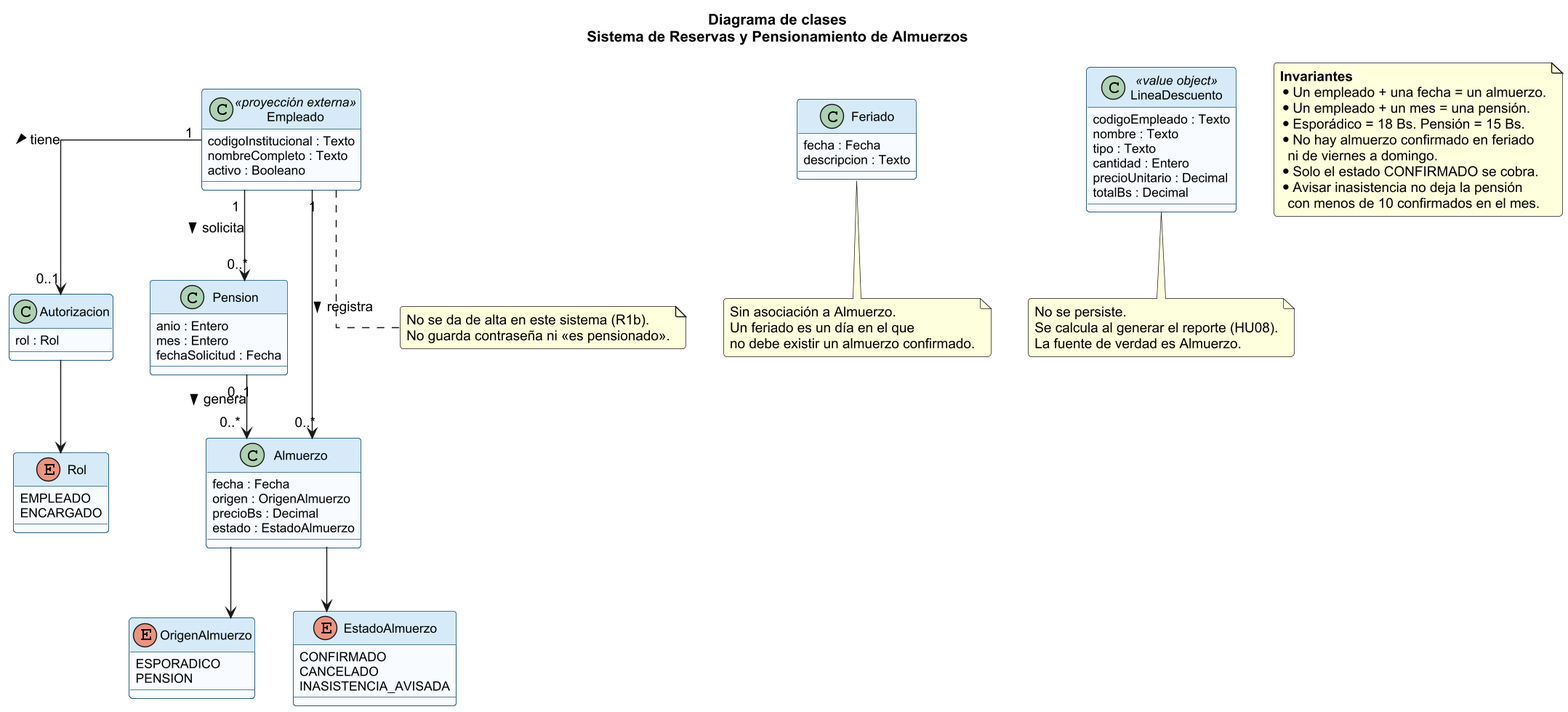
Earlier version of the PlantUML export entregables/diagrams/clases.png (GalletitaDeAnis/UAB-PROYECTO-ING-SOFTWARE).
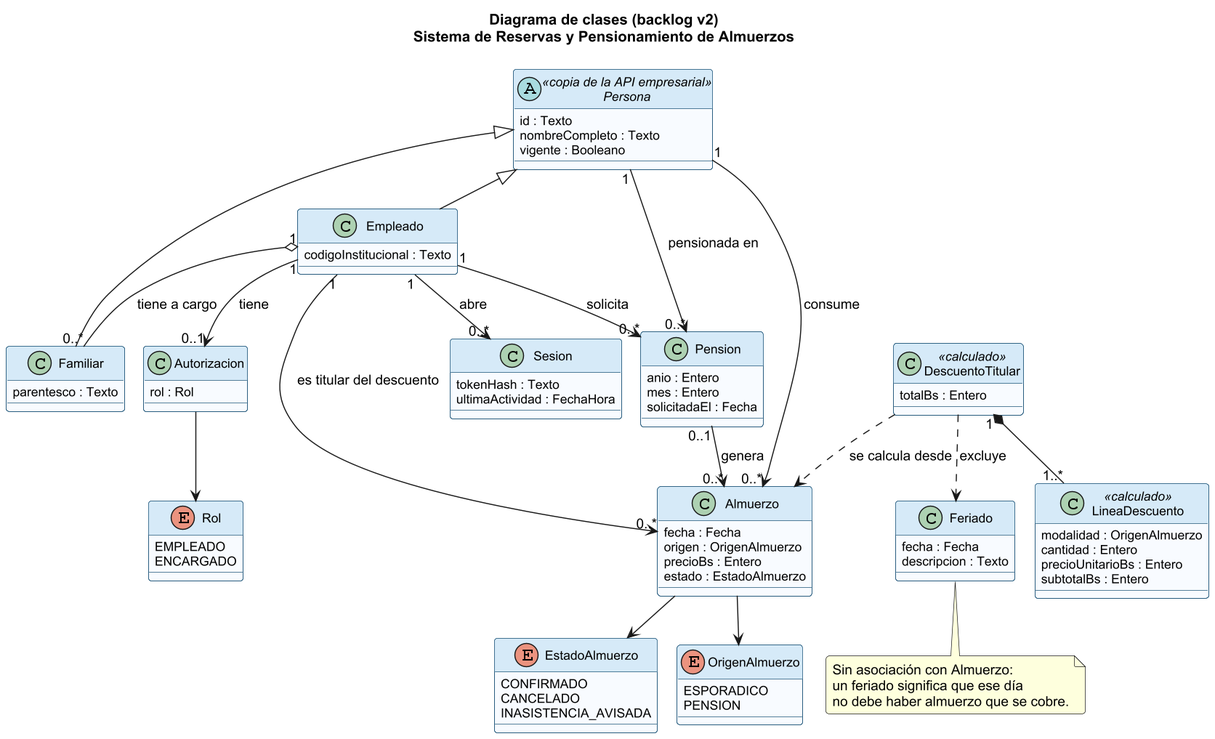
Later version of the same file.

Commit message:
Pasar a Markdown el backlog y los casos de uso v2 del equipo, con los diagramas corregidos y la revisión pendiente.

Change to the diagram source:
```diff
@@ -1,4 +1,5 @@
 @startuml clases
+!pragma layout smetana
 skinparam backgroundColor white
 skinparam shadowing false
 skinparam defaultFontName Arial
@@ -15,12 +16,20 @@
   AttributeFontSize 12
 }
 
-title Diagrama de clases\nSistema de Reservas y Pensionamiento de Almuerzos
+title Diagrama de clases (backlog v2)\nSistema de Reservas y Pensionamiento de Almuerzos
 
-class Empleado <<proyección externa>> {
+abstract class Persona <<copia de la API empresarial>> {
+  id : Texto
+  nombreCompleto : Texto
+  vigente : Booleano
+}
+
+class Empleado {
   codigoInstitucional : Texto
-  nombreCompleto : Texto
-  activo : Booleano
+}
+
+class Familiar {
+  parentesco : Texto
 }
 
 class Autorizacion {
@@ -32,16 +41,21 @@
   ENCARGADO
 }
 
+class Sesion {
+  tokenHash : Texto
+  ultimaActividad : FechaHora
+}
+
 class Pension {
   anio : Entero
   mes : Entero
-  fechaSolicitud : Fecha
+  solicitadaEl : Fecha
 }
 
 class Almuerzo {
   fecha : Fecha
   origen : OrigenAlmuerzo
-  precioBs : Decimal
+  precioBs : Entero
   estado : EstadoAlmuerzo
 }
 
@@ -61,49 +75,39 @@
   descripcion : Texto
 }
 
-class LineaDescuento <<value object>> {
-  codigoEmpleado : Texto
-  nombre : Texto
-  tipo : Texto
-  cantidad : Entero
-  precioUnitario : Decimal
-  totalBs : Decimal
+class DescuentoTitular <<calculado>> {
+  totalBs : Entero
 }
 
+class LineaDescuento <<calculado>> {
+  modalidad : OrigenAlmuerzo
+  cantidad : Entero
+  precioUnitarioBs : Entero
+  subtotalBs : Entero
+}
+
+Persona <|-- Empleado
+Persona <|-- Familiar
+Empleado "1" o-- "0..*" Familiar : tiene a cargo >
 Empleado "1" --> "0..1" Autorizacion : tiene >
 Autorizacion --> Rol
+Empleado "1" --> "0..*" Sesion : abre >
+
+Persona "1" --> "0..*" Almuerzo : consume >
+Empleado "1" --> "0..*" Almuerzo : es titular del descuento >
+Persona "1" --> "0..*" Pension : pensionada en >
 Empleado "1" --> "0..*" Pension : solicita >
-Empleado "1" --> "0..*" Almuerzo : registra >
 Pension "0..1" --> "0..*" Almuerzo : genera >
 Almuerzo --> OrigenAlmuerzo
 Almuerzo --> EstadoAlmuerzo
 
-note bottom of Empleado
-  No se da de alta en este sistema (R1b).
-  No guarda contraseña ni «es pensionado».
-end note
+DescuentoTitular "1" *-- "1..*" LineaDescuento
+DescuentoTitular ..> Almuerzo : se calcula desde
+DescuentoTitular ..> Feriado : excluye
 
 note bottom of Feriado
-  Sin asociación a Almuerzo.
-  Un feriado es un día en el que
-  no debe existir un almuerzo confirmado.
-end note
-
-note bottom of LineaDescuento
-  No se persiste.
-  Se calcula al generar el reporte (HU08).
-  La fuente de verdad es Almuerzo.
-end note
-
-note as INV
-  **Invariantes**
-  * Un empleado + una fecha = un almuerzo.
-  * Un empleado + un mes = una pensión.
-  * Esporádico = 18 Bs. Pensión = 15 Bs.
-  * No hay almuerzo confirmado en feriado
-    ni de viernes a domingo.
-  * Solo el estado CONFIRMADO se cobra.
-  * Avisar inasistencia no deja la pensión
-    con menos de 10 confirmados en el mes.
+  Sin asociación con Almuerzo:
+  un feriado significa que ese día
+  no debe haber almuerzo que se cobre.
 end note
 @enduml
```
